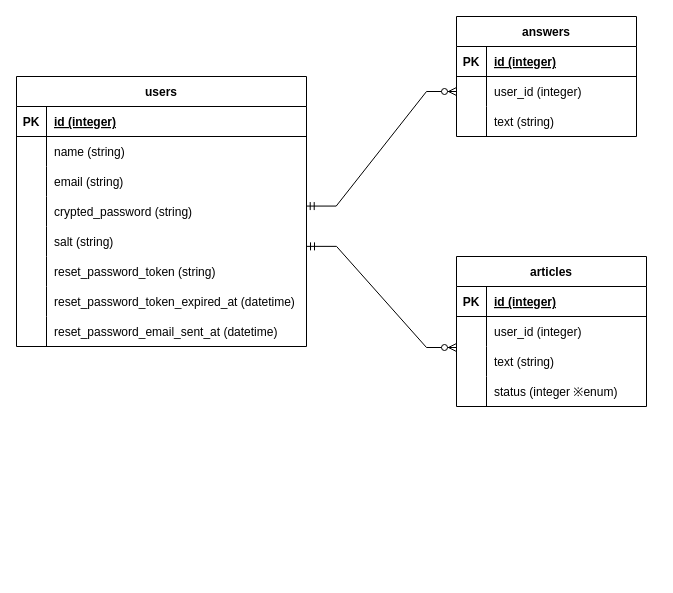
Before: er.drawio in rina006/output_your_feelings, a draw.io diagram. Source tidied: cells renumbered, new cells numbered last; positions are measured from the earlier drawing's top-left corner, leaving out a move shared by most shapes. Both pictures are drawn from the tidied source at 100%, with x=0, y=0 at pixel (16, 16).
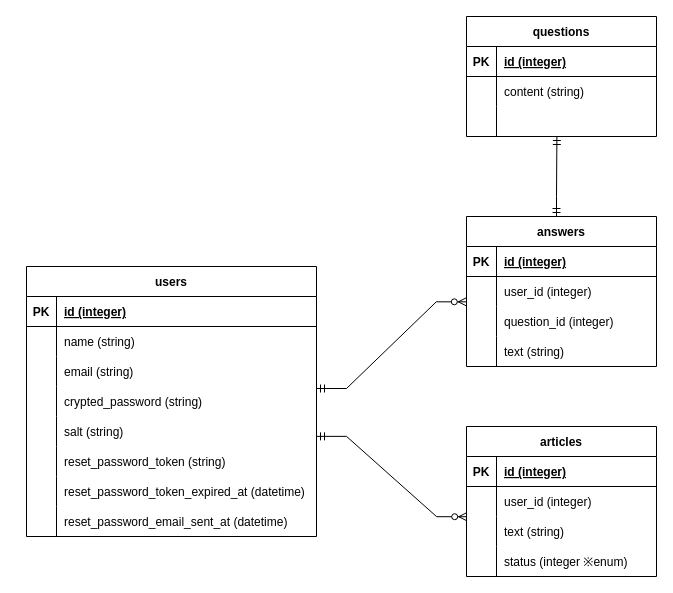
The same page after the edit.

Commit message (it also covers changes not shown here):
Add: questionsテーブルを追加

The change refers to these unchanged cells:
```xml
<mxCell id="12" style="shape=partialRectangle;fillColor=none;top=0;left=0;bottom=0;right=0;points=[[0,0.5],[1,0.5]];portConstraint=eastwest;" parent="2" vertex="1">
  <mxGeometry y="120" width="290" height="30" as="geometry" />
</mxCell>
<mxCell id="15" style="shape=partialRectangle;fillColor=none;top=0;left=0;bottom=0;right=0;points=[[0,0.5],[1,0.5]];portConstraint=eastwest;" parent="2" vertex="1">
  <mxGeometry y="150" width="290" height="30" as="geometry" />
</mxCell>
<mxCell id="44" style="shape=partialRectangle;fillColor=none;top=0;left=0;bottom=0;right=0;points=[[0,0.5],[1,0.5]];portConstraint=eastwest;" parent="37" vertex="1">
  <mxGeometry y="90" width="190" height="30" as="geometry" />
</mxCell>
```

The edit, as a diff of the source:
```diff
@@
     <mxCell id="2" value="users" style="shape=table;startSize=30;childLayout=tableLayout;rowLines=0;fontStyle=1;align=center;" parent="1" vertex="1">
-      <mxGeometry y="60" width="290" height="270" as="geometry" />
+      <mxGeometry x="10" y="250" width="290" height="270" as="geometry" />
     </mxCell>
@@
-    <mxCell id="27" value="answers" style="shape=table;startSize=30;childLayout=tableLayout;rowLines=0;fontStyle=1;align=center;" parent="1" vertex="1">
-      <mxGeometry x="440" width="180" height="120" as="geometry" />
-    </mxCell>
-    <mxCell id="28" style="shape=partialRectangle;fillColor=none;top=0;left=0;bottom=1;right=0;" parent="27" vertex="1">
-      <mxGeometry y="30" width="180" height="30" as="geometry" />
-    </mxCell>
-    <mxCell id="29" value="PK" style="shape=partialRectangle;fillColor=none;top=0;left=0;bottom=0;right=0;fontStyle=1;overflow=hidden;" parent="28" vertex="1">
-      <mxGeometry width="30" height="30" as="geometry" />
-    </mxCell>
-    <mxCell id="30" value="id (integer)" style="shape=partialRectangle;fillColor=none;top=0;left=0;bottom=0;right=0;align=left;spacingLeft=6;fontStyle=5;overflow=hidden;" parent="28" vertex="1">
-      <mxGeometry x="30" width="150" height="30" as="geometry" />
-    </mxCell>
-    <mxCell id="31" style="shape=partialRectangle;fillColor=none;top=0;left=0;bottom=0;right=0;points=[[0,0.5],[1,0.5]];portConstraint=eastwest;" parent="27" vertex="1">
-      <mxGeometry y="60" width="180" height="30" as="geometry" />
-    </mxCell>
-    <mxCell id="32" style="shape=partialRectangle;fillColor=none;top=0;left=0;bottom=0;right=0;overflow=hidden;" parent="31" vertex="1">
-      <mxGeometry width="30" height="30" as="geometry" />
-    </mxCell>
-    <mxCell id="33" value="user_id (integer)" style="shape=partialRectangle;fillColor=none;top=0;left=0;bottom=0;right=0;align=left;spacingLeft=6;overflow=hidden;" parent="31" vertex="1">
-      <mxGeometry x="30" width="150" height="30" as="geometry" />
-    </mxCell>
-    <mxCell id="34" style="shape=partialRectangle;fillColor=none;top=0;left=0;bottom=0;right=0;" parent="27" vertex="1">
-      <mxGeometry y="90" width="180" height="30" as="geometry" />
-    </mxCell>
-    <mxCell id="35" style="shape=partialRectangle;fillColor=none;top=0;left=0;bottom=0;right=0;overflow=hidden;" parent="34" vertex="1">
-      <mxGeometry width="30" height="30" as="geometry" />
-    </mxCell>
-    <mxCell id="36" value="text (string)" style="shape=partialRectangle;fillColor=none;top=0;left=0;bottom=0;right=0;align=left;spacingLeft=6;overflow=hidden;" parent="34" vertex="1">
-      <mxGeometry x="30" width="150" height="30" as="geometry" />
-    </mxCell>
     <mxCell id="37" value="articles" style="shape=table;startSize=30;childLayout=tableLayout;rowLines=0;fontStyle=1;align=center;" parent="1" vertex="1">
-      <mxGeometry x="440" y="240" width="190" height="150" as="geometry" />
+      <mxGeometry x="450" y="410" width="190" height="150" as="geometry" />
     </mxCell>
@@
-    <mxCell id="50" style="edgeStyle=entityRelationEdgeStyle;fontSize=12;html=1;endArrow=ERzeroToMany;startArrow=ERmandOne;rounded=0;exitX=0.999;exitY=0.319;exitDx=0;exitDy=0;exitPerimeter=0;entryX=0;entryY=0.5;entryDx=0;entryDy=0;" parent="1" edge="1" source="12" target="31">
+    <mxCell id="50" style="edgeStyle=entityRelationEdgeStyle;fontSize=12;html=1;endArrow=ERzeroToMany;startArrow=ERmandOne;rounded=0;exitX=1;exitY=0.067;exitDx=0;exitDy=0;exitPerimeter=0;entryX=-0.001;entryY=0.844;entryDx=0;entryDy=0;entryPerimeter=0;" parent="1" edge="1" source="12" target="65">
       <mxGeometry relative="1" as="geometry" />
     </mxCell>
-    <mxCell id="51" style="edgeStyle=entityRelationEdgeStyle;fontSize=12;html=1;endArrow=ERzeroToMany;startArrow=ERmandOne;rounded=0;exitX=1;exitY=0.662;exitDx=0;exitDy=0;exitPerimeter=0;" parent="1" edge="1" source="15">
-      <mxGeometry relative="1" as="geometry">
-        <mxPoint x="440" y="331" as="targetPoint" />
-      </mxGeometry>
+    <mxCell id="51" style="edgeStyle=entityRelationEdgeStyle;fontSize=12;html=1;endArrow=ERzeroToMany;startArrow=ERmandOne;rounded=0;exitX=1;exitY=0.662;exitDx=0;exitDy=0;exitPerimeter=0;entryX=0.001;entryY=0.007;entryDx=0;entryDy=0;entryPerimeter=0;" parent="1" edge="1" source="15" target="44">
+      <mxGeometry relative="1" as="geometry" />
     </mxCell>
+    <mxCell id="52" value="questions" style="shape=table;startSize=30;childLayout=tableLayout;rowLines=0;fontStyle=1;align=center;" parent="1" vertex="1">
+      <mxGeometry x="450" width="190" height="120" as="geometry" />
+    </mxCell>
+    <mxCell id="53" style="shape=partialRectangle;fillColor=none;top=0;left=0;bottom=1;right=0;" parent="52" vertex="1">
+      <mxGeometry y="30" width="190" height="30" as="geometry" />
+    </mxCell>
+    <mxCell id="54" value="PK" style="shape=partialRectangle;fillColor=none;top=0;left=0;bottom=0;right=0;fontStyle=1;overflow=hidden;" parent="53" vertex="1">
+      <mxGeometry width="30" height="30" as="geometry" />
+    </mxCell>
+    <mxCell id="55" value="id (integer)" style="shape=partialRectangle;fillColor=none;top=0;left=0;bottom=0;right=0;align=left;spacingLeft=6;fontStyle=5;overflow=hidden;" parent="53" vertex="1">
+      <mxGeometry x="30" width="160" height="30" as="geometry" />
+    </mxCell>
+    <mxCell id="56" style="shape=partialRectangle;fillColor=none;top=0;left=0;bottom=0;right=0;" parent="52" vertex="1">
+      <mxGeometry y="60" width="190" height="30" as="geometry" />
+    </mxCell>
+    <mxCell id="57" style="shape=partialRectangle;fillColor=none;top=0;left=0;bottom=0;right=0;overflow=hidden;" parent="56" vertex="1">
+      <mxGeometry width="30" height="30" as="geometry" />
+    </mxCell>
+    <mxCell id="58" value="content (string)" style="shape=partialRectangle;fillColor=none;top=0;left=0;bottom=0;right=0;align=left;spacingLeft=6;overflow=hidden;" parent="56" vertex="1">
+      <mxGeometry x="30" width="160" height="30" as="geometry" />
+    </mxCell>
+    <mxCell id="59" style="shape=partialRectangle;fillColor=none;top=0;left=0;bottom=0;right=0;" parent="52" vertex="1">
+      <mxGeometry y="90" width="190" height="30" as="geometry" />
+    </mxCell>
+    <mxCell id="60" style="shape=partialRectangle;fillColor=none;top=0;left=0;bottom=0;right=0;overflow=hidden;" parent="59" vertex="1">
+      <mxGeometry width="30" height="30" as="geometry" />
+    </mxCell>
+    <mxCell id="61" style="shape=partialRectangle;fillColor=none;top=0;left=0;bottom=0;right=0;align=left;spacingLeft=6;overflow=hidden;" parent="59" vertex="1">
+      <mxGeometry x="30" width="160" height="30" as="geometry" />
+    </mxCell>
+    <mxCell id="27" value="answers" style="shape=table;startSize=30;childLayout=tableLayout;rowLines=0;fontStyle=1;align=center;" parent="1" vertex="1">
+      <mxGeometry x="450" y="200" width="190" height="150" as="geometry" />
+    </mxCell>
+    <mxCell id="62" style="shape=partialRectangle;fillColor=none;top=0;left=0;bottom=1;right=0;" parent="27" vertex="1">
+      <mxGeometry y="30" width="190" height="30" as="geometry" />
+    </mxCell>
+    <mxCell id="63" value="PK" style="shape=partialRectangle;fillColor=none;top=0;left=0;bottom=0;right=0;fontStyle=1;overflow=hidden;" parent="62" vertex="1">
+      <mxGeometry width="30" height="30" as="geometry" />
+    </mxCell>
+    <mxCell id="64" value="id (integer)" style="shape=partialRectangle;fillColor=none;top=0;left=0;bottom=0;right=0;align=left;spacingLeft=6;fontStyle=5;overflow=hidden;" parent="62" vertex="1">
+      <mxGeometry x="30" width="160" height="30" as="geometry" />
+    </mxCell>
+    <mxCell id="65" style="shape=partialRectangle;fillColor=none;top=0;left=0;bottom=0;right=0;points=[[0,0.5],[1,0.5]];portConstraint=eastwest;" parent="27" vertex="1">
+      <mxGeometry y="60" width="190" height="30" as="geometry" />
+    </mxCell>
+    <mxCell id="66" style="shape=partialRectangle;fillColor=none;top=0;left=0;bottom=0;right=0;overflow=hidden;" parent="65" vertex="1">
+      <mxGeometry width="30" height="30" as="geometry" />
+    </mxCell>
+    <mxCell id="33" value="user_id (integer)" style="shape=partialRectangle;fillColor=none;top=0;left=0;bottom=0;right=0;align=left;spacingLeft=6;overflow=hidden;" parent="65" vertex="1">
+      <mxGeometry x="30" width="160" height="30" as="geometry" />
+    </mxCell>
+    <mxCell id="67" style="shape=partialRectangle;fillColor=none;top=0;left=0;bottom=0;right=0;" parent="27" vertex="1">
+      <mxGeometry y="90" width="190" height="30" as="geometry" />
+    </mxCell>
+    <mxCell id="68" style="shape=partialRectangle;fillColor=none;top=0;left=0;bottom=0;right=0;overflow=hidden;" parent="67" vertex="1">
+      <mxGeometry width="30" height="30" as="geometry" />
+    </mxCell>
+    <mxCell id="69" value="question_id (integer)" style="shape=partialRectangle;fillColor=none;top=0;left=0;bottom=0;right=0;align=left;spacingLeft=6;overflow=hidden;" parent="67" vertex="1">
+      <mxGeometry x="30" width="160" height="30" as="geometry" />
+    </mxCell>
+    <mxCell id="70" style="shape=partialRectangle;fillColor=none;top=0;left=0;bottom=0;right=0;" parent="27" vertex="1">
+      <mxGeometry y="120" width="190" height="30" as="geometry" />
+    </mxCell>
+    <mxCell id="71" style="shape=partialRectangle;fillColor=none;top=0;left=0;bottom=0;right=0;overflow=hidden;" parent="70" vertex="1">
+      <mxGeometry width="30" height="30" as="geometry" />
+    </mxCell>
+    <mxCell id="36" value="text (string)" style="shape=partialRectangle;fillColor=none;top=0;left=0;bottom=0;right=0;align=left;spacingLeft=6;overflow=hidden;" parent="70" vertex="1">
+      <mxGeometry x="30" width="160" height="30" as="geometry" />
+    </mxCell>
+    <mxCell id="72" style="fontSize=12;html=1;endArrow=ERmandOne;startArrow=ERmandOne;rounded=0;" parent="1" edge="1">
+      <mxGeometry relative="1" as="geometry">
+        <mxPoint x="540" y="200" as="sourcePoint" />
+        <mxPoint x="540.4" y="120" as="targetPoint" />
+        <Array as="points">
+          <mxPoint x="540" y="180" />
+        </Array>
+      </mxGeometry>
+    </mxCell>
```
